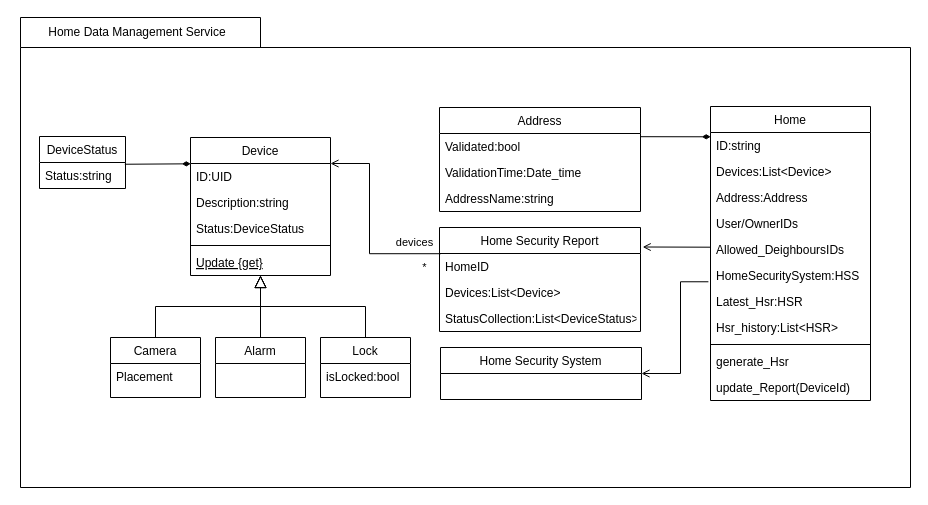
The draw.io diagram ClassesDiagram.drawio in zelcam4ever/SoftwareArch, before the edit. Source tidied: cells renumbered, new cells numbered last; positions are measured from the earlier drawing's top-left corner, leaving out a move shared by most shapes. Both pictures are drawn from the tidied source at 100%, with x=0, y=0 at pixel (17, 17).
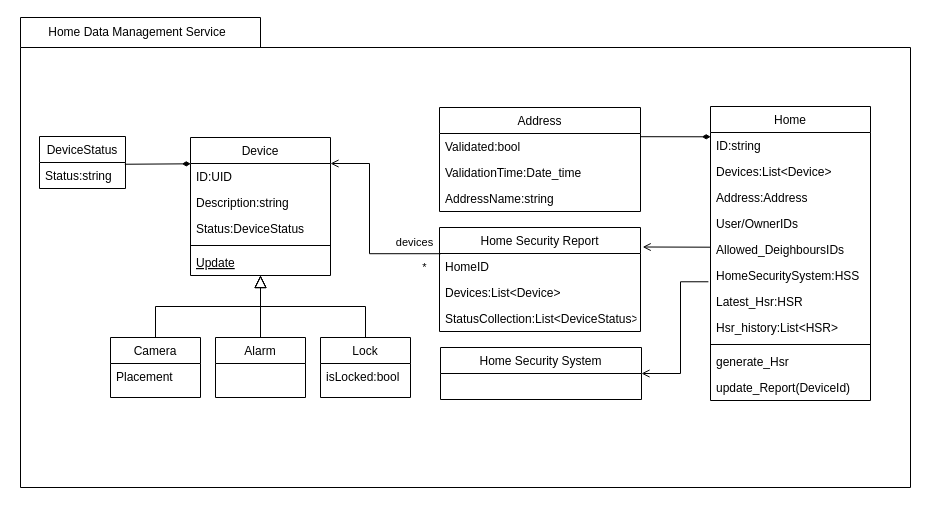
The same page after the edit.

Unchanged cells that the change refers to:
```xml
<mxCell id="3" value="Device" style="swimlane;fontStyle=0;align=center;verticalAlign=top;horizontal=1;startSize=26;rounded=0;shadow=0;strokeWidth=1;" parent="1" vertex="1">
  <mxGeometry x="173" y="120" width="140" height="138" as="geometry" />
</mxCell>
```

Change to the diagram source:
```diff
@@
-    <mxCell id="8" value="Update {get}" style="text;align=left;verticalAlign=top;spacingLeft=4;spacingRight=4;overflow=hidden;points=[[0,0.5],[1,0.5]];portConstraint=eastwest;fontStyle=4;" parent="3" vertex="1">
+    <mxCell id="8" value="Update" style="text;align=left;verticalAlign=top;spacingLeft=4;spacingRight=4;overflow=hidden;points=[[0,0.5],[1,0.5]];portConstraint=eastwest;fontStyle=4;" parent="3" vertex="1">
       <mxGeometry y="112" width="140" height="26" as="geometry" />
     </mxCell>
```
